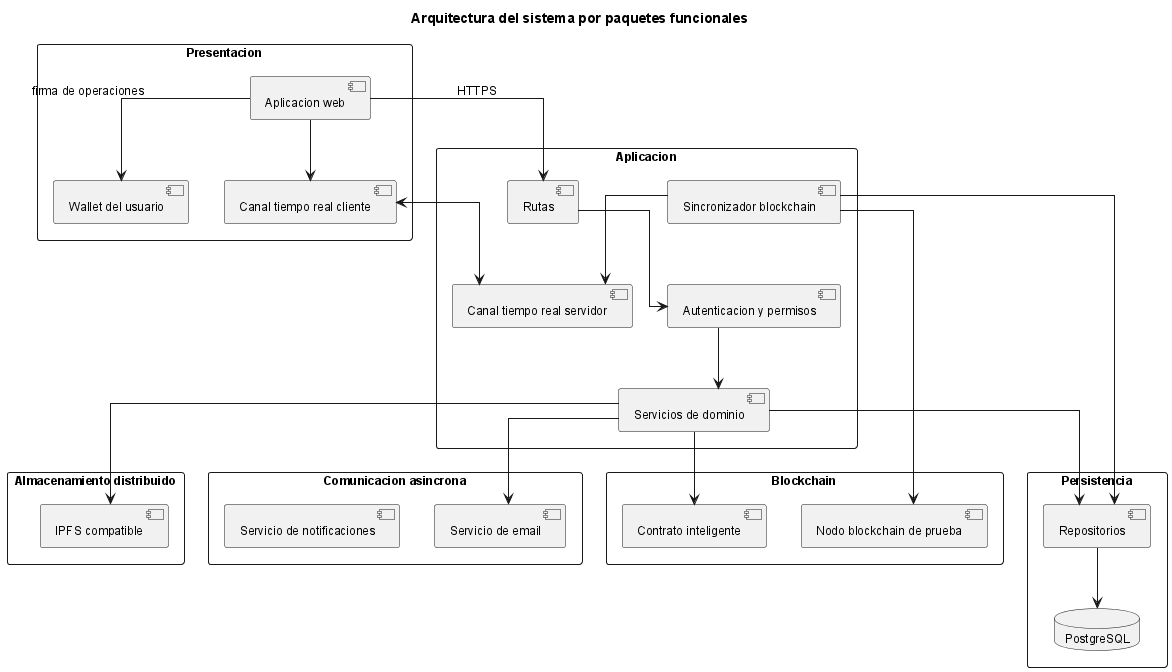
Above: anexos/diagramas/arquitectura.png in ErDeivih/DocumentChain (PlantUML), before the change. The source it was exported from:
```plantuml
@startuml
!include _structure-style.puml
title Arquitectura del sistema por paquetes funcionales

package "Presentacion" {
    [Aplicacion web] as React
    [Wallet del usuario] as Wallet
    [Canal tiempo real cliente] as SIOClient
}

package "Aplicacion" {
    [Rutas] as Router
    [Autenticacion y permisos] as Auth
    [Servicios de dominio] as Svc
    [Canal tiempo real servidor] as SIOServer
    [Sincronizador blockchain] as EvtListener
}

package "Persistencia" {
    [Repositorios] as Repo
    database "PostgreSQL" as DB
}

package "Almacenamiento distribuido" {
    [IPFS compatible] as IPFS
}

package "Blockchain" {
    [Contrato inteligente] as SC
    [Nodo blockchain de prueba] as ETH
}

package "Comunicacion asincrona" {
    [Servicio de email] as Email
    [Servicio de notificaciones] as Notif
}

React --> Router : HTTPS
React --> Wallet : firma de operaciones
React --> SIOClient
SIOClient <--> SIOServer
Router --> Auth
Auth --> Svc
Svc --> Repo
Repo --> DB
Svc --> IPFS
Svc --> SC
Svc --> Email
EvtListener --> ETH
EvtListener --> Repo
EvtListener --> SIOServer
@enduml
```
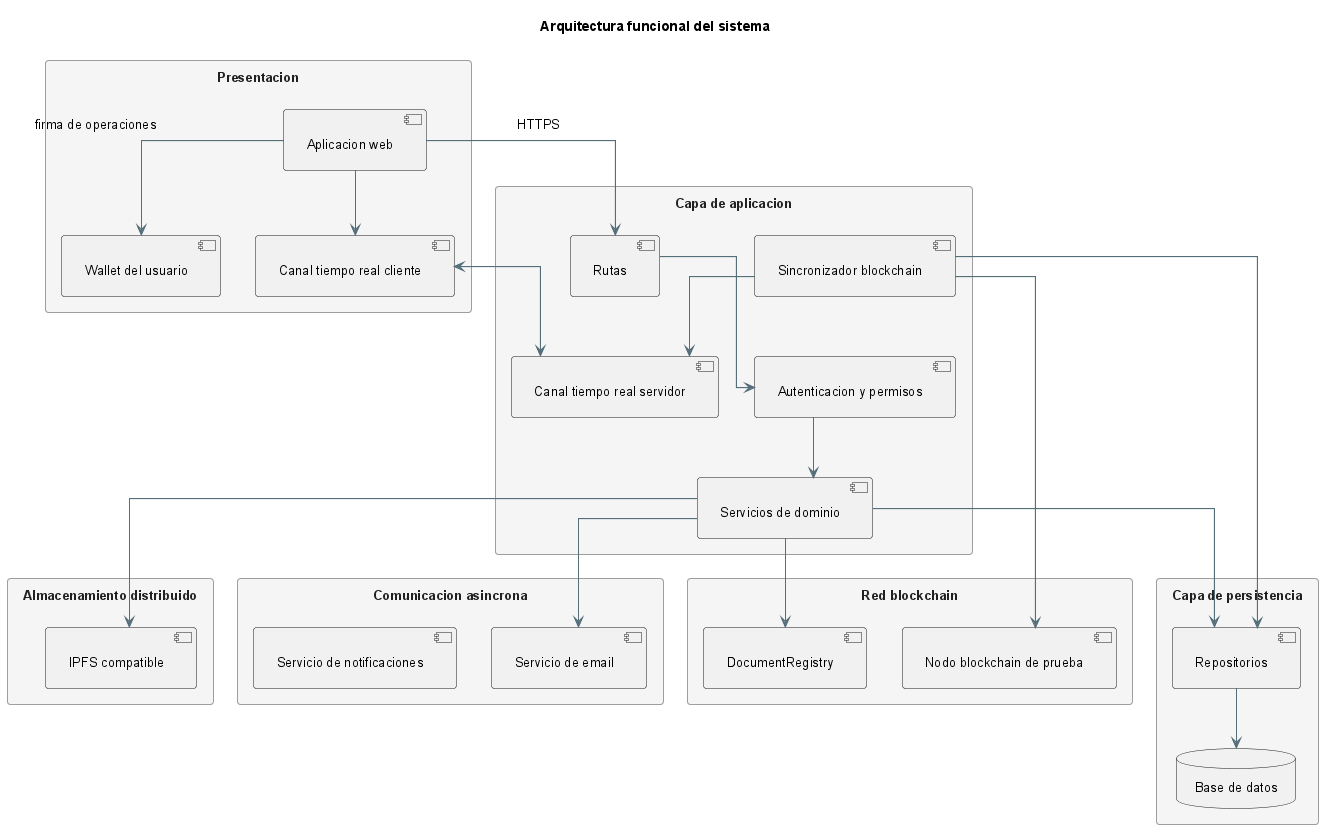
Later version of the same file.

What changed in the source:
```diff
@@ -1,6 +1,6 @@
 @startuml
 !include _structure-style.puml
-title Arquitectura del sistema por paquetes funcionales
+title Arquitectura funcional del sistema
 
 package "Presentacion" {
     [Aplicacion web] as React
@@ -8,7 +8,7 @@
     [Canal tiempo real cliente] as SIOClient
 }
 
-package "Aplicacion" {
+package "Capa de aplicacion" {
     [Rutas] as Router
     [Autenticacion y permisos] as Auth
     [Servicios de dominio] as Svc
@@ -16,17 +16,17 @@
     [Sincronizador blockchain] as EvtListener
 }
 
-package "Persistencia" {
+package "Capa de persistencia" {
     [Repositorios] as Repo
-    database "PostgreSQL" as DB
+    database "Base de datos" as DB
 }
 
 package "Almacenamiento distribuido" {
     [IPFS compatible] as IPFS
 }
 
-package "Blockchain" {
-    [Contrato inteligente] as SC
+package "Red blockchain" {
+    [DocumentRegistry] as SC
     [Nodo blockchain de prueba] as ETH
 }
 
```
